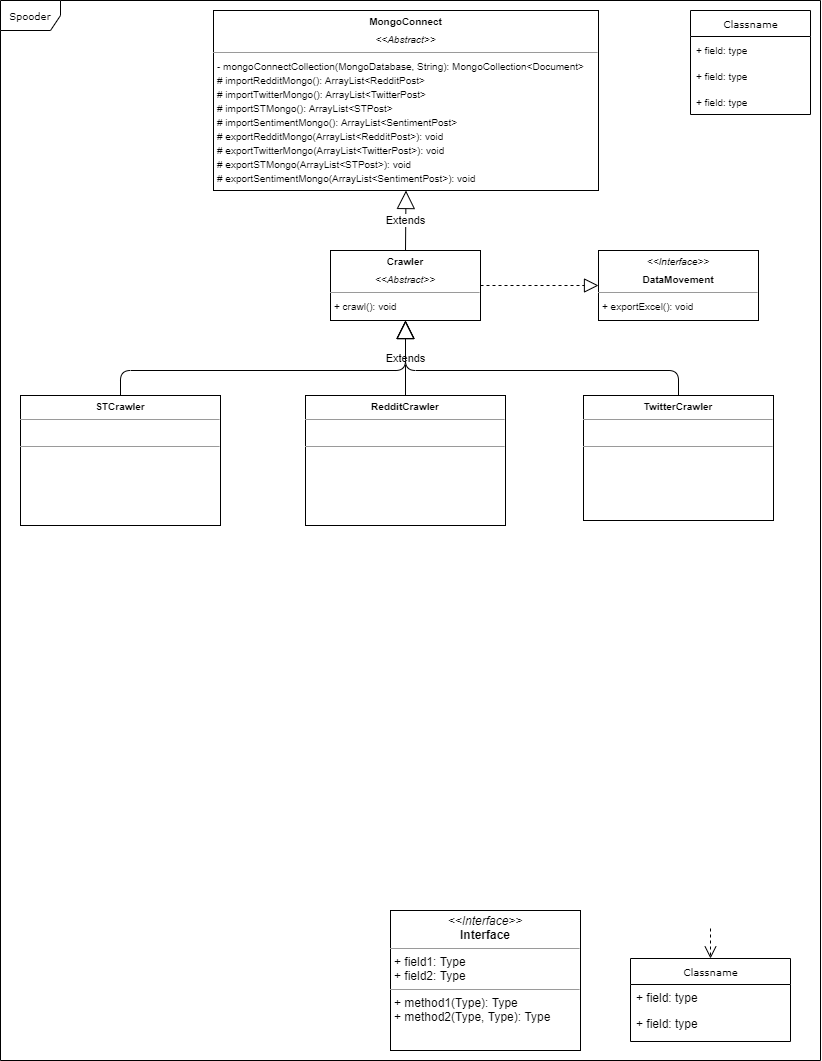
yxchia98/spooder keeps this draw.io diagram as UMLDiagram.png. Above is the earlier version. Source tidied: cells renumbered, new cells last; positions are measured from the earlier drawing's top-left corner, leaving out a move shared by most shapes.
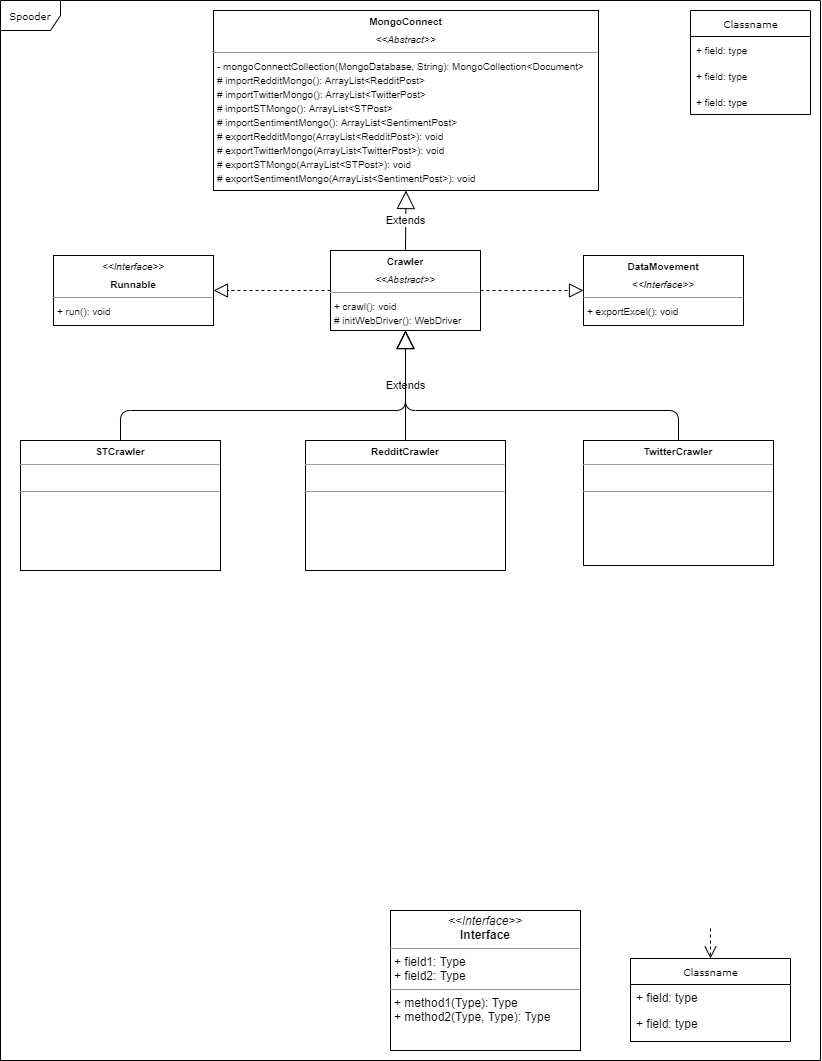
Above is the later version.

What changed in the source:
```diff
@@ -34,23 +34,23 @@
     <mxCell id="11" value="&lt;p style=&quot;margin:0px;margin-top:4px;text-align:center;&quot;&gt;&lt;i&gt;&amp;lt;&amp;lt;Interface&amp;gt;&amp;gt;&lt;/i&gt;&lt;br/&gt;&lt;b&gt;Interface&lt;/b&gt;&lt;/p&gt;&lt;hr size=&quot;1&quot;/&gt;&lt;p style=&quot;margin:0px;margin-left:4px;&quot;&gt;+ field1: Type&lt;br/&gt;+ field2: Type&lt;/p&gt;&lt;hr size=&quot;1&quot;/&gt;&lt;p style=&quot;margin:0px;margin-left:4px;&quot;&gt;+ method1(Type): Type&lt;br/&gt;+ method2(Type, Type): Type&lt;/p&gt;" style="verticalAlign=top;align=left;overflow=fill;fontSize=12;fontFamily=Helvetica;html=1;rounded=0;shadow=0;comic=0;labelBackgroundColor=none;strokeWidth=1;" parent="1" vertex="1">
       <mxGeometry x="390" y="910" width="190" height="140" as="geometry" />
     </mxCell>
-    <mxCell id="12" value="&lt;p style=&quot;margin: 0px ; margin-top: 4px ; text-align: center&quot;&gt;&lt;font style=&quot;font-size: 10px&quot;&gt;&lt;i&gt;&amp;lt;&amp;lt;Interface&amp;gt;&amp;gt;&lt;/i&gt;&lt;br&gt;&lt;/font&gt;&lt;/p&gt;&lt;p style=&quot;margin: 0px ; margin-top: 4px ; text-align: center&quot;&gt;&lt;b&gt;&lt;font style=&quot;font-size: 10px&quot;&gt;DataMovement&lt;/font&gt;&lt;/b&gt;&lt;/p&gt;&lt;hr size=&quot;1&quot;&gt;&lt;p style=&quot;margin: 0px ; margin-left: 4px&quot;&gt;&lt;font style=&quot;font-size: 10px&quot;&gt;+ exportExcel(): void&lt;/font&gt;&lt;br&gt;&lt;/p&gt;" style="verticalAlign=top;align=left;overflow=fill;fontSize=12;fontFamily=Helvetica;html=1;rounded=0;shadow=0;comic=0;labelBackgroundColor=none;strokeWidth=1;" parent="1" vertex="1">
-      <mxGeometry x="598" y="250" width="160" height="70" as="geometry" />
+    <mxCell id="12" value="&lt;p style=&quot;margin: 0px ; margin-top: 4px ; text-align: center&quot;&gt;&lt;b&gt;&lt;font style=&quot;font-size: 10px&quot;&gt;DataMovement&lt;/font&gt;&lt;/b&gt;&lt;br&gt;&lt;/p&gt;&lt;p style=&quot;margin: 0px ; margin-top: 4px ; text-align: center&quot;&gt;&lt;i style=&quot;font-size: 10px&quot;&gt;&amp;lt;&amp;lt;Interface&amp;gt;&amp;gt;&lt;/i&gt;&lt;b&gt;&lt;font style=&quot;font-size: 10px&quot;&gt;&lt;br&gt;&lt;/font&gt;&lt;/b&gt;&lt;/p&gt;&lt;hr size=&quot;1&quot;&gt;&lt;p style=&quot;margin: 0px ; margin-left: 4px&quot;&gt;&lt;font style=&quot;font-size: 10px&quot;&gt;+ exportExcel(): void&lt;/font&gt;&lt;br&gt;&lt;/p&gt;" style="verticalAlign=top;align=left;overflow=fill;fontSize=12;fontFamily=Helvetica;html=1;rounded=0;shadow=0;comic=0;labelBackgroundColor=none;strokeWidth=1;" parent="1" vertex="1">
+      <mxGeometry x="583" y="255" width="160" height="70" as="geometry" />
     </mxCell>
-    <mxCell id="13" value="&lt;p style=&quot;margin: 0px ; margin-top: 4px ; text-align: center&quot;&gt;&lt;b&gt;&lt;font style=&quot;font-size: 10px&quot;&gt;Crawler&lt;/font&gt;&lt;/b&gt;&lt;/p&gt;&lt;p style=&quot;margin: 0px ; margin-top: 4px ; text-align: center&quot;&gt;&lt;i&gt;&lt;font style=&quot;font-size: 10px&quot;&gt;&amp;lt;&amp;lt;Abstract&amp;gt;&amp;gt;&lt;/font&gt;&lt;/i&gt;&lt;/p&gt;&lt;hr size=&quot;1&quot;&gt;&lt;p style=&quot;margin: 0px ; margin-left: 4px&quot;&gt;&lt;font style=&quot;font-size: 10px&quot;&gt;+ crawl(): void&lt;/font&gt;&lt;/p&gt;" style="verticalAlign=top;align=left;overflow=fill;fontSize=12;fontFamily=Helvetica;html=1;rounded=0;shadow=0;comic=0;labelBackgroundColor=none;strokeWidth=1;" parent="1" vertex="1">
-      <mxGeometry x="330" y="250" width="150" height="70" as="geometry" />
+    <mxCell id="13" value="&lt;p style=&quot;margin: 0px ; margin-top: 4px ; text-align: center&quot;&gt;&lt;b&gt;&lt;font style=&quot;font-size: 10px&quot;&gt;Crawler&lt;/font&gt;&lt;/b&gt;&lt;/p&gt;&lt;p style=&quot;margin: 0px ; margin-top: 4px ; text-align: center&quot;&gt;&lt;i&gt;&lt;font style=&quot;font-size: 10px&quot;&gt;&amp;lt;&amp;lt;Abstract&amp;gt;&amp;gt;&lt;/font&gt;&lt;/i&gt;&lt;/p&gt;&lt;hr size=&quot;1&quot;&gt;&lt;p style=&quot;margin: 0px ; margin-left: 4px&quot;&gt;&lt;span style=&quot;font-size: 10px&quot;&gt;+ crawl(): void&lt;/span&gt;&lt;br&gt;&lt;/p&gt;&lt;p style=&quot;margin: 0px ; margin-left: 4px&quot;&gt;&lt;span style=&quot;font-size: 10px&quot;&gt;# initWebDriver(): WebDriver&lt;/span&gt;&lt;/p&gt;&lt;p style=&quot;margin: 0px ; margin-left: 4px&quot;&gt;&lt;span style=&quot;font-size: 10px&quot;&gt;&lt;br&gt;&lt;/span&gt;&lt;/p&gt;" style="verticalAlign=top;align=left;overflow=fill;fontSize=12;fontFamily=Helvetica;html=1;rounded=0;shadow=0;comic=0;labelBackgroundColor=none;strokeWidth=1;" parent="1" vertex="1">
+      <mxGeometry x="330" y="250" width="150" height="80" as="geometry" />
     </mxCell>
     <mxCell id="14" value="&lt;p style=&quot;margin: 0px ; margin-top: 4px ; text-align: center&quot;&gt;&lt;b&gt;&lt;font style=&quot;font-size: 10px&quot;&gt;RedditCrawler&lt;/font&gt;&lt;/b&gt;&lt;/p&gt;&lt;hr size=&quot;1&quot;&gt;&lt;p style=&quot;margin: 0px ; margin-left: 4px&quot;&gt;&lt;br&gt;&lt;/p&gt;&lt;hr size=&quot;1&quot;&gt;&lt;p style=&quot;margin: 0px ; margin-left: 4px&quot;&gt;&lt;br&gt;&lt;/p&gt;" style="verticalAlign=top;align=left;overflow=fill;fontSize=12;fontFamily=Helvetica;html=1;rounded=0;shadow=0;comic=0;labelBackgroundColor=none;strokeWidth=1;" parent="1" vertex="1">
-      <mxGeometry x="305" y="395" width="200" height="130" as="geometry" />
+      <mxGeometry x="305" y="440" width="200" height="130" as="geometry" />
     </mxCell>
     <mxCell id="15" style="endArrow=block;dashed=1;endFill=0;endSize=12;html=1;exitX=1;exitY=0.5;exitDx=0;exitDy=0;entryX=0;entryY=0.5;entryDx=0;entryDy=0;" parent="1" edge="1" source="13" target="12">
       <mxGeometry relative="1" as="geometry" />
     </mxCell>
     <mxCell id="16" value="&lt;p style=&quot;margin: 0px ; margin-top: 4px ; text-align: center&quot;&gt;&lt;b&gt;&lt;font style=&quot;font-size: 10px&quot;&gt;TwitterCrawler&lt;/font&gt;&lt;/b&gt;&lt;/p&gt;&lt;hr size=&quot;1&quot;&gt;&lt;p style=&quot;margin: 0px ; margin-left: 4px&quot;&gt;&lt;br&gt;&lt;/p&gt;&lt;hr size=&quot;1&quot;&gt;&lt;p style=&quot;margin: 0px ; margin-left: 4px&quot;&gt;&lt;br&gt;&lt;/p&gt;" style="verticalAlign=top;align=left;overflow=fill;fontSize=12;fontFamily=Helvetica;html=1;rounded=0;shadow=0;comic=0;labelBackgroundColor=none;strokeWidth=1;" parent="1" vertex="1">
-      <mxGeometry x="583" y="395" width="190" height="125" as="geometry" />
+      <mxGeometry x="583" y="440" width="190" height="125" as="geometry" />
     </mxCell>
     <mxCell id="17" value="&lt;p style=&quot;margin: 0px ; margin-top: 4px ; text-align: center&quot;&gt;&lt;b&gt;&lt;font style=&quot;font-size: 10px&quot;&gt;STCrawler&lt;/font&gt;&lt;/b&gt;&lt;/p&gt;&lt;hr size=&quot;1&quot;&gt;&lt;p style=&quot;margin: 0px ; margin-left: 4px&quot;&gt;&lt;br&gt;&lt;/p&gt;&lt;hr size=&quot;1&quot;&gt;&lt;p style=&quot;margin: 0px ; margin-left: 4px&quot;&gt;&lt;br&gt;&lt;/p&gt;" style="verticalAlign=top;align=left;overflow=fill;fontSize=12;fontFamily=Helvetica;html=1;rounded=0;shadow=0;comic=0;labelBackgroundColor=none;strokeWidth=1;" parent="1" vertex="1">
-      <mxGeometry x="20" y="395" width="200" height="130" as="geometry" />
+      <mxGeometry x="20" y="440" width="200" height="130" as="geometry" />
     </mxCell>
     <mxCell id="18" value="&lt;p style=&quot;margin: 0px ; margin-top: 4px ; text-align: center&quot;&gt;&lt;b&gt;&lt;font style=&quot;font-size: 10px&quot;&gt;MongoConnect&lt;/font&gt;&lt;/b&gt;&lt;/p&gt;&lt;p style=&quot;margin: 0px ; margin-top: 4px ; text-align: center&quot;&gt;&lt;i&gt;&lt;font style=&quot;font-size: 10px&quot;&gt;&amp;lt;&amp;lt;Abstract&amp;gt;&amp;gt;&lt;/font&gt;&lt;/i&gt;&lt;/p&gt;&lt;hr size=&quot;1&quot;&gt;&lt;p style=&quot;margin: 0px ; margin-left: 4px&quot;&gt;&lt;font style=&quot;font-size: 10px&quot;&gt;- mongoConnectCollection(MongoDatabase, String): MongoCollection&amp;lt;Document&amp;gt;&lt;/font&gt;&lt;/p&gt;&lt;p style=&quot;margin: 0px ; margin-left: 4px&quot;&gt;&lt;font style=&quot;font-size: 10px&quot;&gt;# importRedditMongo(): ArrayList&amp;lt;RedditPost&amp;gt;&lt;/font&gt;&lt;/p&gt;&lt;p style=&quot;margin: 0px ; margin-left: 4px&quot;&gt;&lt;font style=&quot;font-size: 10px&quot;&gt;# importTwitterMongo(): ArrayList&amp;lt;TwitterPost&amp;gt;&lt;/font&gt;&lt;/p&gt;&lt;p style=&quot;margin: 0px ; margin-left: 4px&quot;&gt;&lt;font style=&quot;font-size: 10px&quot;&gt;# importSTMongo(): ArrayList&amp;lt;STPost&amp;gt;&lt;/font&gt;&lt;/p&gt;&lt;p style=&quot;margin: 0px ; margin-left: 4px&quot;&gt;&lt;font style=&quot;font-size: 10px&quot;&gt;# importSentimentMongo(): ArrayList&amp;lt;SentimentPost&amp;gt;&lt;/font&gt;&lt;/p&gt;&lt;p style=&quot;margin: 0px ; margin-left: 4px&quot;&gt;&lt;font style=&quot;font-size: 10px&quot;&gt;# exportRedditMongo(ArrayList&amp;lt;RedditPost&amp;gt;): void&lt;/font&gt;&lt;/p&gt;&lt;p style=&quot;margin: 0px ; margin-left: 4px&quot;&gt;&lt;font style=&quot;font-size: 10px&quot;&gt;# exportTwitterMongo(ArrayList&amp;lt;TwitterPost&amp;gt;): void&lt;/font&gt;&lt;/p&gt;&lt;p style=&quot;margin: 0px ; margin-left: 4px&quot;&gt;&lt;font style=&quot;font-size: 10px&quot;&gt;# exportSTMongo(ArrayList&amp;lt;STPost&amp;gt;): void&lt;/font&gt;&lt;/p&gt;&lt;p style=&quot;margin: 0px ; margin-left: 4px&quot;&gt;&lt;font style=&quot;font-size: 10px&quot;&gt;# exportSentimentMongo(ArrayList&amp;lt;SentimentPost&amp;gt;): void&lt;/font&gt;&lt;/p&gt;" style="verticalAlign=top;align=left;overflow=fill;fontSize=12;fontFamily=Helvetica;html=1;rounded=0;shadow=0;comic=0;labelBackgroundColor=none;strokeWidth=1;" parent="1" vertex="1">
       <mxGeometry x="213" y="10" width="385" height="180" as="geometry" />
@@ -64,18 +64,24 @@
     <mxCell id="21" style="endArrow=block;endSize=16;endFill=0;html=1;exitX=0.5;exitY=0;exitDx=0;exitDy=0;entryX=0.5;entryY=1;entryDx=0;entryDy=0;" parent="1" edge="1" source="16" target="13">
       <mxGeometry relative="1" as="geometry">
         <Array as="points">
-          <mxPoint x="678" y="370" />
-          <mxPoint x="405" y="370" />
+          <mxPoint x="678" y="410" />
+          <mxPoint x="405" y="410" />
         </Array>
       </mxGeometry>
     </mxCell>
     <mxCell id="22" style="endArrow=block;endSize=16;endFill=0;html=1;exitX=0.5;exitY=0;exitDx=0;exitDy=0;entryX=0.5;entryY=1;entryDx=0;entryDy=0;" parent="1" edge="1" source="17" target="13">
       <mxGeometry relative="1" as="geometry">
         <Array as="points">
-          <mxPoint x="120" y="370" />
-          <mxPoint x="405" y="370" />
+          <mxPoint x="120" y="410" />
+          <mxPoint x="405" y="410" />
         </Array>
       </mxGeometry>
     </mxCell>
+    <mxCell id="23" value="&lt;p style=&quot;margin: 0px ; margin-top: 4px ; text-align: center&quot;&gt;&lt;font style=&quot;font-size: 10px&quot;&gt;&lt;i&gt;&amp;lt;&amp;lt;Interface&amp;gt;&amp;gt;&lt;/i&gt;&lt;br&gt;&lt;/font&gt;&lt;/p&gt;&lt;p style=&quot;margin: 0px ; margin-top: 4px ; text-align: center&quot;&gt;&lt;b&gt;&lt;font style=&quot;font-size: 10px&quot;&gt;Runnable&lt;/font&gt;&lt;/b&gt;&lt;/p&gt;&lt;hr size=&quot;1&quot;&gt;&lt;p style=&quot;margin: 0px ; margin-left: 4px&quot;&gt;&lt;font style=&quot;font-size: 10px&quot;&gt;+ run(): void&lt;/font&gt;&lt;br&gt;&lt;/p&gt;" style="verticalAlign=top;align=left;overflow=fill;fontSize=12;fontFamily=Helvetica;html=1;rounded=0;shadow=0;comic=0;labelBackgroundColor=none;strokeWidth=1;" parent="1" vertex="1">
+      <mxGeometry x="53" y="255" width="160" height="70" as="geometry" />
+    </mxCell>
+    <mxCell id="24" style="endArrow=block;dashed=1;endFill=0;endSize=12;html=1;exitX=0;exitY=0.5;exitDx=0;exitDy=0;entryX=1;entryY=0.5;entryDx=0;entryDy=0;" parent="1" edge="1" source="13" target="23">
+      <mxGeometry relative="1" as="geometry" />
+    </mxCell>
   </root>
 </mxGraphModel>
```
